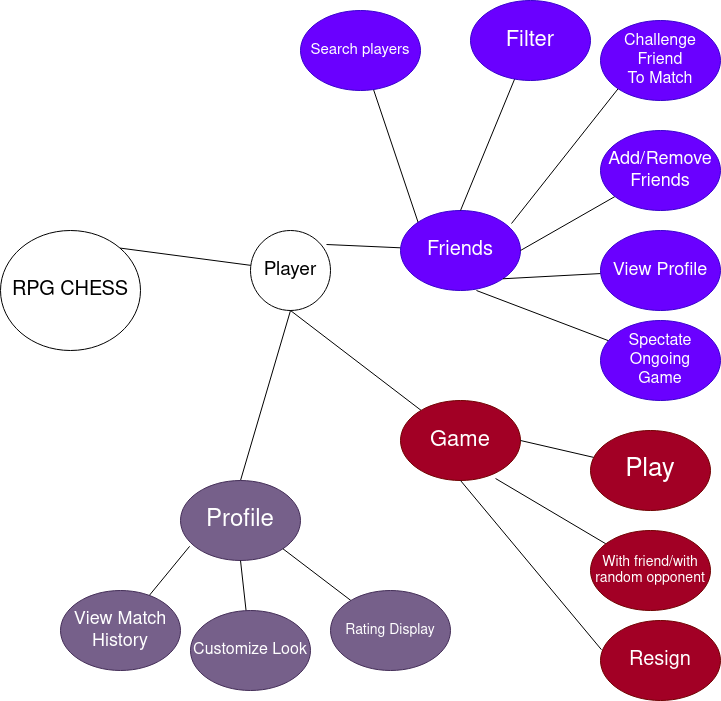
Earlier version of the draw.io export Documentation/Feature_and_functionality.drawio.png (mateipopescu1510/RPGchess-1.0). Source tidied: cells renumbered, new cells last; positions are measured from the earlier drawing's top-left corner, leaving out a move shared by most shapes.
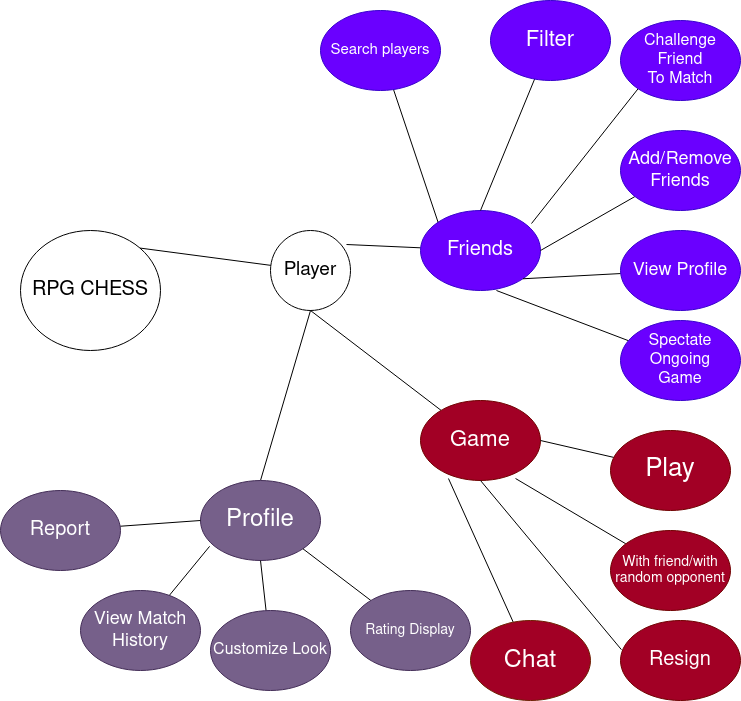
The same file after the commit.

Change to the diagram source:
```diff
@@ -103,5 +103,17 @@
     <mxCell id="34" value="&lt;font style=&quot;font-size: 15px;&quot;&gt;Search players&lt;br&gt;&lt;/font&gt;" style="ellipse;whiteSpace=wrap;html=1;fillColor=#6a00ff;fontColor=#ffffff;strokeColor=#3700CC;" parent="1" vertex="1">
       <mxGeometry x="300" y="10" width="120" height="80" as="geometry" />
     </mxCell>
+    <mxCell id="35" style="endArrow=none;html=1;rounded=0;exitX=0.233;exitY=0.975;exitDx=0;exitDy=0;exitPerimeter=0;" parent="1" edge="1" source="16" target="36">
+      <mxGeometry relative="1" as="geometry" />
+    </mxCell>
+    <mxCell id="36" value="&lt;font style=&quot;font-size: 25px;&quot;&gt;Chat&lt;br&gt;&lt;/font&gt;" style="ellipse;whiteSpace=wrap;html=1;fillColor=#A20025;fontColor=#ffffff;strokeColor=#6D1F00;" parent="1" vertex="1">
+      <mxGeometry x="450" y="620" width="120" height="80" as="geometry" />
+    </mxCell>
+    <mxCell id="37" style="endArrow=none;html=1;rounded=0;exitX=0;exitY=0.5;exitDx=0;exitDy=0;" parent="1" edge="1" source="26" target="38">
+      <mxGeometry relative="1" as="geometry" />
+    </mxCell>
+    <mxCell id="38" value="&lt;font style=&quot;font-size: 20px;&quot;&gt;Report&lt;br&gt;&lt;/font&gt;" style="ellipse;whiteSpace=wrap;html=1;fillColor=#76608a;strokeColor=#432D57;fontColor=#ffffff;" parent="1" vertex="1">
+      <mxGeometry x="-20" y="490" width="120" height="80" as="geometry" />
+    </mxCell>
   </root>
 </mxGraphModel>
```
